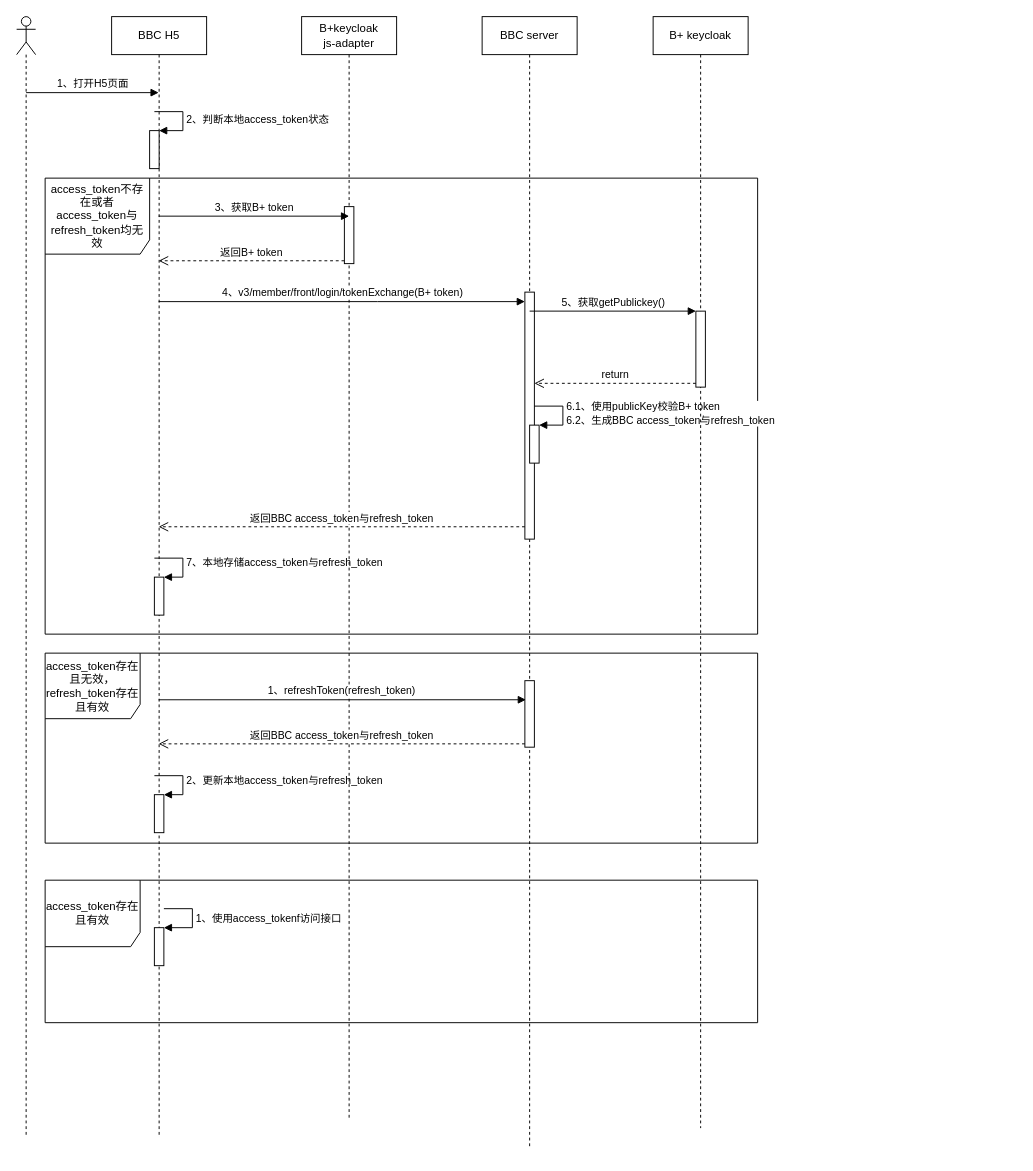
huturenji/drawio keeps this draw.io diagram as page "BBC授权流程" (3 of 6) of B+流程图.drawio. Above is the earlier version. Source tidied: cells renumbered, new cells numbered last; positions are measured from the earlier drawing's top-left corner, leaving out a move shared by most shapes. Both pictures are drawn from the tidied source at 95%, with x=0, y=0 at pixel (16, 16).
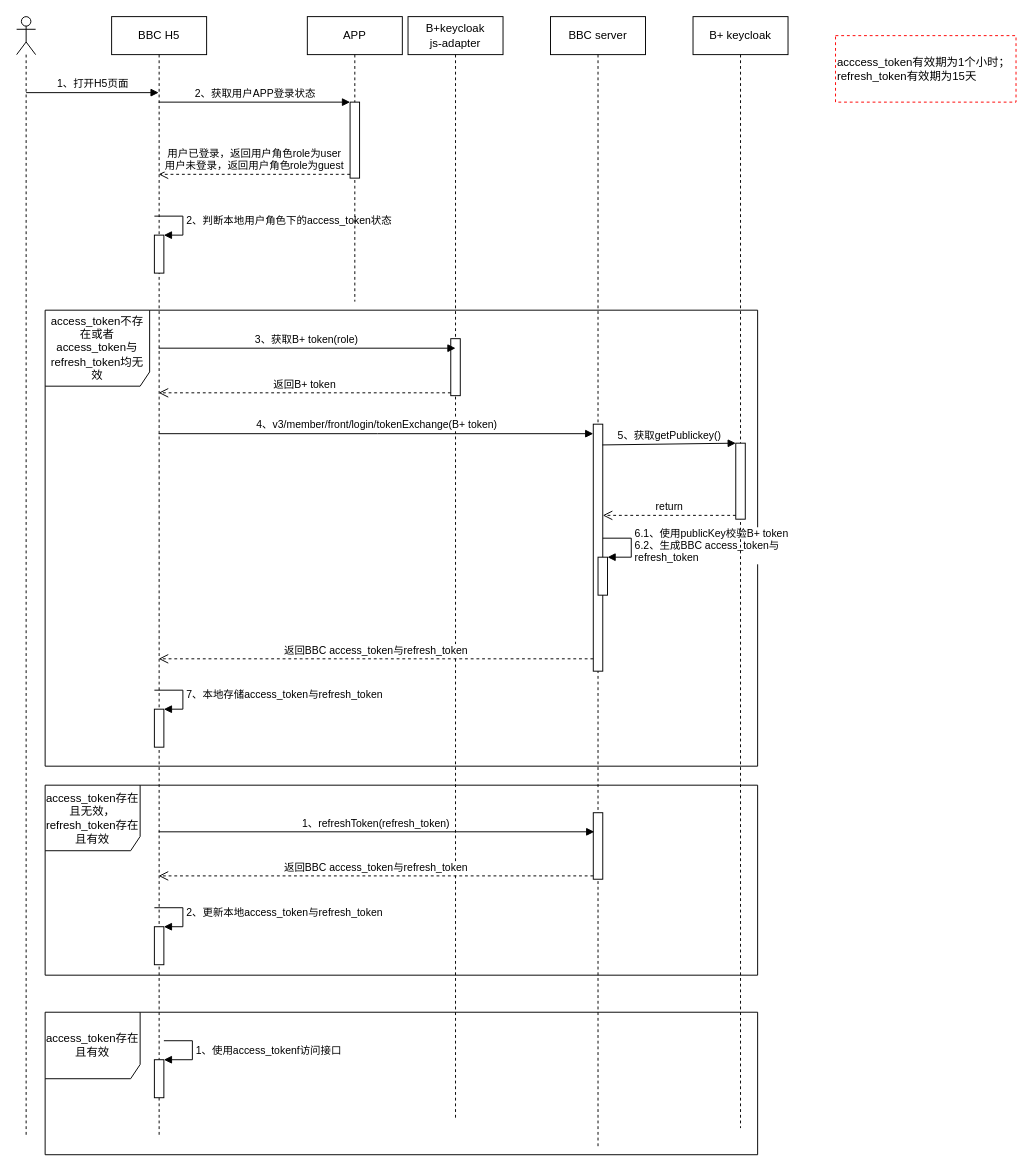
Above is the later version.

The change refers to these unchanged cells:
```xml
<mxCell id="4" value="BBC H5" style="shape=umlLifeline;perimeter=lifelinePerimeter;whiteSpace=wrap;html=1;outlineConnect=0;" parent="1" vertex="1">
  <mxGeometry x="100" width="100" height="1180" as="geometry" />
</mxCell>
```

The edit, as a diff of the source:
```diff
@@
     <mxCell id="2" value="access_token存在且无效，refresh_token存在且有效" style="shape=umlFrame;whiteSpace=wrap;html=1;width=100;height=69;" parent="1" vertex="1">
-      <mxGeometry x="30" y="670" width="750" height="200" as="geometry" />
+      <mxGeometry x="30" y="809" width="750" height="200" as="geometry" />
     </mxCell>
     <mxCell id="3" value="access_token不存在或者access_token与refresh_token均无效" style="shape=umlFrame;whiteSpace=wrap;html=1;width=110;height=80;" parent="1" vertex="1">
-      <mxGeometry x="30" y="170" width="750" height="480" as="geometry" />
+      <mxGeometry x="30" y="309" width="750" height="480" as="geometry" />
     </mxCell>
@@
     <mxCell id="5" style="html=1;points=[];perimeter=orthogonalPerimeter;" parent="4" vertex="1">
-      <mxGeometry x="40" y="120" width="10" height="40" as="geometry" />
+      <mxGeometry x="45" y="230" width="10" height="40" as="geometry" />
     </mxCell>
-    <mxCell id="6" value="2、判断本地access_token状态" style="edgeStyle=orthogonalEdgeStyle;html=1;align=left;spacingLeft=2;endArrow=block;rounded=0;entryX=1;entryY=0;" parent="4" edge="1" target="5">
+    <mxCell id="6" value="2、判断本地用户角色下的access_token状态" style="edgeStyle=orthogonalEdgeStyle;html=1;align=left;spacingLeft=2;endArrow=block;rounded=0;entryX=1;entryY=0;" parent="4" edge="1" target="5">
       <mxGeometry relative="1" as="geometry">
-        <mxPoint x="45" y="100" as="sourcePoint" />
+        <mxPoint x="45" y="210" as="sourcePoint" />
         <Array as="points">
-          <mxPoint x="75" y="100" />
+          <mxPoint x="75" y="210" />
         </Array>
       </mxGeometry>
     </mxCell>
     <mxCell id="7" style="html=1;points=[];perimeter=orthogonalPerimeter;" parent="4" vertex="1">
-      <mxGeometry x="45" y="590" width="10" height="40" as="geometry" />
+      <mxGeometry x="45" y="729" width="10" height="40" as="geometry" />
     </mxCell>
     <mxCell id="8" value="7、本地存储access_token与refresh_token" style="edgeStyle=orthogonalEdgeStyle;html=1;align=left;spacingLeft=2;endArrow=block;rounded=0;entryX=1;entryY=0;" parent="4" edge="1" target="7">
       <mxGeometry relative="1" as="geometry">
-        <mxPoint x="45" y="570" as="sourcePoint" />
+        <mxPoint x="45" y="709" as="sourcePoint" />
         <Array as="points">
-          <mxPoint x="45" y="570" />
-          <mxPoint x="75" y="570" />
-          <mxPoint x="75" y="590" />
+          <mxPoint x="45" y="709" />
+          <mxPoint x="75" y="709" />
+          <mxPoint x="75" y="729" />
         </Array>
       </mxGeometry>
     </mxCell>
     <mxCell id="9" style="html=1;points=[];perimeter=orthogonalPerimeter;" parent="4" vertex="1">
-      <mxGeometry x="45" y="819" width="10" height="40" as="geometry" />
+      <mxGeometry x="45" y="958" width="10" height="40" as="geometry" />
     </mxCell>
     <mxCell id="10" value="2、更新本地access_token与refresh_token" style="edgeStyle=orthogonalEdgeStyle;html=1;align=left;spacingLeft=2;endArrow=block;rounded=0;entryX=1;entryY=0;" parent="4" edge="1" target="9">
       <mxGeometry relative="1" as="geometry">
-        <mxPoint x="45" y="799" as="sourcePoint" />
+        <mxPoint x="45" y="938" as="sourcePoint" />
         <Array as="points">
-          <mxPoint x="75" y="799" />
+          <mxPoint x="75" y="938" />
         </Array>
       </mxGeometry>
     </mxCell>
     <mxCell id="11" value="BBC server" style="shape=umlLifeline;perimeter=lifelinePerimeter;whiteSpace=wrap;html=1;" parent="1" vertex="1">
-      <mxGeometry x="490" width="100" height="1190" as="geometry" />
+      <mxGeometry x="562" width="100" height="1190" as="geometry" />
     </mxCell>
     <mxCell id="12" style="html=1;points=[];perimeter=orthogonalPerimeter;" parent="11" vertex="1">
-      <mxGeometry x="45" y="290" width="10" height="260" as="geometry" />
+      <mxGeometry x="45" y="429" width="10" height="260" as="geometry" />
     </mxCell>
     <mxCell id="13" style="html=1;points=[];perimeter=orthogonalPerimeter;" parent="11" vertex="1">
-      <mxGeometry x="45" y="699" width="10" height="70" as="geometry" />
+      <mxGeometry x="45" y="838" width="10" height="70" as="geometry" />
     </mxCell>
     <mxCell id="14" style="html=1;points=[];perimeter=orthogonalPerimeter;" parent="11" vertex="1">
-      <mxGeometry x="50" y="430" width="10" height="40" as="geometry" />
+      <mxGeometry x="50" y="569" width="10" height="40" as="geometry" />
     </mxCell>
-    <mxCell id="15" value="6.1、使用publicKey校验B+ token&lt;br&gt;6.2、生成BBC access_token与refresh_token" style="edgeStyle=orthogonalEdgeStyle;html=1;align=left;spacingLeft=2;endArrow=block;rounded=0;entryX=1;entryY=0;" parent="11" edge="1" target="14">
+    <mxCell id="15" value="6.1、使用publicKey校验B+ token&lt;br&gt;6.2、生成BBC access_token与&lt;br&gt;refresh_token" style="edgeStyle=orthogonalEdgeStyle;html=1;align=left;spacingLeft=2;endArrow=block;rounded=0;entryX=1;entryY=0;" parent="11" edge="1" target="14">
       <mxGeometry relative="1" as="geometry">
-        <mxPoint x="55" y="410" as="sourcePoint" />
+        <mxPoint x="55" y="549" as="sourcePoint" />
         <Array as="points">
-          <mxPoint x="85" y="410" />
+          <mxPoint x="85" y="549" />
         </Array>
       </mxGeometry>
     </mxCell>
@@
     <mxCell id="18" value="B+ keycloak" style="shape=umlLifeline;perimeter=lifelinePerimeter;whiteSpace=wrap;html=1;" parent="1" vertex="1">
-      <mxGeometry x="670" width="100" height="1170" as="geometry" />
+      <mxGeometry x="712" width="100" height="1170" as="geometry" />
     </mxCell>
     <mxCell id="19" style="html=1;points=[];perimeter=orthogonalPerimeter;" parent="18" vertex="1">
-      <mxGeometry x="45" y="310" width="10" height="80" as="geometry" />
+      <mxGeometry x="45" y="449" width="10" height="80" as="geometry" />
     </mxCell>
     <mxCell id="20" value="B+keycloak&lt;br&gt;js-adapter" style="shape=umlLifeline;perimeter=lifelinePerimeter;whiteSpace=wrap;html=1;" parent="1" vertex="1">
-      <mxGeometry x="300" width="100" height="1160" as="geometry" />
+      <mxGeometry x="412" width="100" height="1160" as="geometry" />
     </mxCell>
     <mxCell id="21" style="html=1;points=[];perimeter=orthogonalPerimeter;" parent="20" vertex="1">
-      <mxGeometry x="45" y="200" width="10" height="60" as="geometry" />
+      <mxGeometry x="45" y="339" width="10" height="60" as="geometry" />
     </mxCell>
-    <mxCell id="22" value="3、获取B+ token" style="html=1;verticalAlign=bottom;endArrow=block;rounded=0;entryX=0.5;entryY=0.167;entryDx=0;entryDy=0;entryPerimeter=0;" parent="1" edge="1" source="4" target="21">
-      <mxGeometry relative="1" as="geometry" />
+    <mxCell id="22" value="3、获取B+ token(role)" style="html=1;verticalAlign=bottom;endArrow=block;rounded=0;entryX=0.5;entryY=0.167;entryDx=0;entryDy=0;entryPerimeter=0;" parent="1" edge="1" target="21">
+      <mxGeometry relative="1" as="geometry">
+        <mxPoint x="149.5" y="349" as="sourcePoint" />
+      </mxGeometry>
     </mxCell>
-    <mxCell id="23" value="返回B+ token" style="html=1;verticalAlign=bottom;endArrow=open;dashed=1;endSize=8;exitX=0;exitY=0.95;rounded=0;" parent="1" edge="1" source="21" target="4">
-      <mxGeometry relative="1" as="geometry" />
+    <mxCell id="23" value="返回B+ token" style="html=1;verticalAlign=bottom;endArrow=open;dashed=1;endSize=8;exitX=0;exitY=0.95;rounded=0;" parent="1" edge="1" source="21">
+      <mxGeometry relative="1" as="geometry">
+        <mxPoint x="149.5" y="396" as="targetPoint" />
+      </mxGeometry>
     </mxCell>
-    <mxCell id="24" value="4、v3/member/front/login/tokenExchange(B+ token)" style="html=1;verticalAlign=bottom;endArrow=block;rounded=0;" parent="1" edge="1" source="4" target="12">
+    <mxCell id="24" value="4、v3/member/front/login/tokenExchange(B+ token)" style="html=1;verticalAlign=bottom;endArrow=block;rounded=0;" parent="1" edge="1" target="12">
       <mxGeometry relative="1" as="geometry">
+        <mxPoint x="149.5" y="439" as="sourcePoint" />
         <Array as="points">
-          <mxPoint x="380" y="300" />
+          <mxPoint x="380" y="439" />
         </Array>
       </mxGeometry>
     </mxCell>
-    <mxCell id="25" value="返回BBC access_token与refresh_token" style="html=1;verticalAlign=bottom;endArrow=open;dashed=1;endSize=8;exitX=0;exitY=0.95;rounded=0;" parent="1" edge="1" source="12" target="4">
-      <mxGeometry relative="1" as="geometry" />
+    <mxCell id="25" value="返回BBC access_token与refresh_token" style="html=1;verticalAlign=bottom;endArrow=open;dashed=1;endSize=8;exitX=0;exitY=0.95;rounded=0;" parent="1" edge="1" source="12">
+      <mxGeometry relative="1" as="geometry">
+        <mxPoint x="149.5" y="676" as="targetPoint" />
+      </mxGeometry>
     </mxCell>
     <mxCell id="26" value="access_token存在且有效" style="shape=umlFrame;whiteSpace=wrap;html=1;width=100;height=70;" parent="1" vertex="1">
-      <mxGeometry x="30" y="909" width="750" height="150" as="geometry" />
+      <mxGeometry x="30" y="1048" width="750" height="150" as="geometry" />
     </mxCell>
     <mxCell id="27" value="1、refreshToken(refresh_token)" style="html=1;verticalAlign=bottom;endArrow=block;entryX=0.107;entryY=0.287;rounded=0;entryDx=0;entryDy=0;entryPerimeter=0;" parent="1" edge="1" target="13">
       <mxGeometry relative="1" as="geometry">
-        <mxPoint x="149.5" y="719.1" as="sourcePoint" />
+        <mxPoint x="149.5" y="858.1" as="sourcePoint" />
       </mxGeometry>
     </mxCell>
     <mxCell id="28" value="返回BBC access_token与refresh_token" style="html=1;verticalAlign=bottom;endArrow=open;dashed=1;endSize=8;exitX=0;exitY=0.95;rounded=0;" parent="1" edge="1" source="13">
       <mxGeometry relative="1" as="geometry">
-        <mxPoint x="149.5" y="765.5" as="targetPoint" />
+        <mxPoint x="149.5" y="904.5" as="targetPoint" />
       </mxGeometry>
     </mxCell>
     <mxCell id="29" style="html=1;points=[];perimeter=orthogonalPerimeter;" parent="1" vertex="1">
-      <mxGeometry x="145" y="959" width="10" height="40" as="geometry" />
+      <mxGeometry x="145" y="1098" width="10" height="40" as="geometry" />
     </mxCell>
     <mxCell id="30" value="1、使用access_tokenf访问接口" style="edgeStyle=orthogonalEdgeStyle;html=1;align=left;spacingLeft=2;endArrow=block;rounded=0;entryX=1;entryY=0;" parent="1" edge="1" target="29">
       <mxGeometry relative="1" as="geometry">
-        <mxPoint x="155" y="939" as="sourcePoint" />
+        <mxPoint x="155" y="1078" as="sourcePoint" />
         <Array as="points">
-          <mxPoint x="185" y="939" />
+          <mxPoint x="185" y="1078" />
         </Array>
       </mxGeometry>
     </mxCell>
-    <mxCell id="31" value="5、获取getPublickey()" style="html=1;verticalAlign=bottom;endArrow=block;entryX=0;entryY=0;rounded=0;" parent="1" edge="1" target="19">
-      <mxGeometry relative="1" as="geometry">
-        <mxPoint x="540" y="310" as="sourcePoint" />
-      </mxGeometry>
+    <mxCell id="31" value="5、获取getPublickey()" style="html=1;verticalAlign=bottom;endArrow=block;entryX=0;entryY=0;rounded=0;exitX=0.96;exitY=0.084;exitDx=0;exitDy=0;exitPerimeter=0;" parent="1" edge="1" source="12" target="19">
+      <mxGeometry relative="1" as="geometry" />
     </mxCell>
@@
+    <mxCell id="33" value="acccess_token有效期为1个小时；refresh_token有效期为15天" style="rounded=0;whiteSpace=wrap;html=1;align=left;labelBackgroundColor=none;labelBorderColor=none;dashed=1;strokeColor=#FF0000;" parent="1" vertex="1">
+      <mxGeometry x="862" y="20" width="190" height="70" as="geometry" />
+    </mxCell>
+    <mxCell id="34" value="APP" style="shape=umlLifeline;perimeter=lifelinePerimeter;whiteSpace=wrap;html=1;labelBackgroundColor=none;labelBorderColor=none;strokeColor=#000000;" parent="1" vertex="1">
+      <mxGeometry x="306" width="100" height="300" as="geometry" />
+    </mxCell>
+    <mxCell id="35" style="html=1;points=[];perimeter=orthogonalPerimeter;labelBackgroundColor=none;labelBorderColor=none;strokeColor=#000000;" parent="34" vertex="1">
+      <mxGeometry x="45" y="90" width="10" height="80" as="geometry" />
+    </mxCell>
+    <mxCell id="36" value="2、获取用户APP登录状态" style="html=1;verticalAlign=bottom;endArrow=block;entryX=0;entryY=0;rounded=0;" parent="1" edge="1" source="4" target="35">
+      <mxGeometry relative="1" as="geometry" />
+    </mxCell>
+    <mxCell id="37" value="用户已登录，返回用户角色role为user&lt;br&gt;用户未登录，返回用户角色role为guest" style="html=1;verticalAlign=bottom;endArrow=open;dashed=1;endSize=8;exitX=0;exitY=0.95;rounded=0;" parent="1" edge="1" source="35" target="4">
+      <mxGeometry relative="1" as="geometry" />
+    </mxCell>
```
